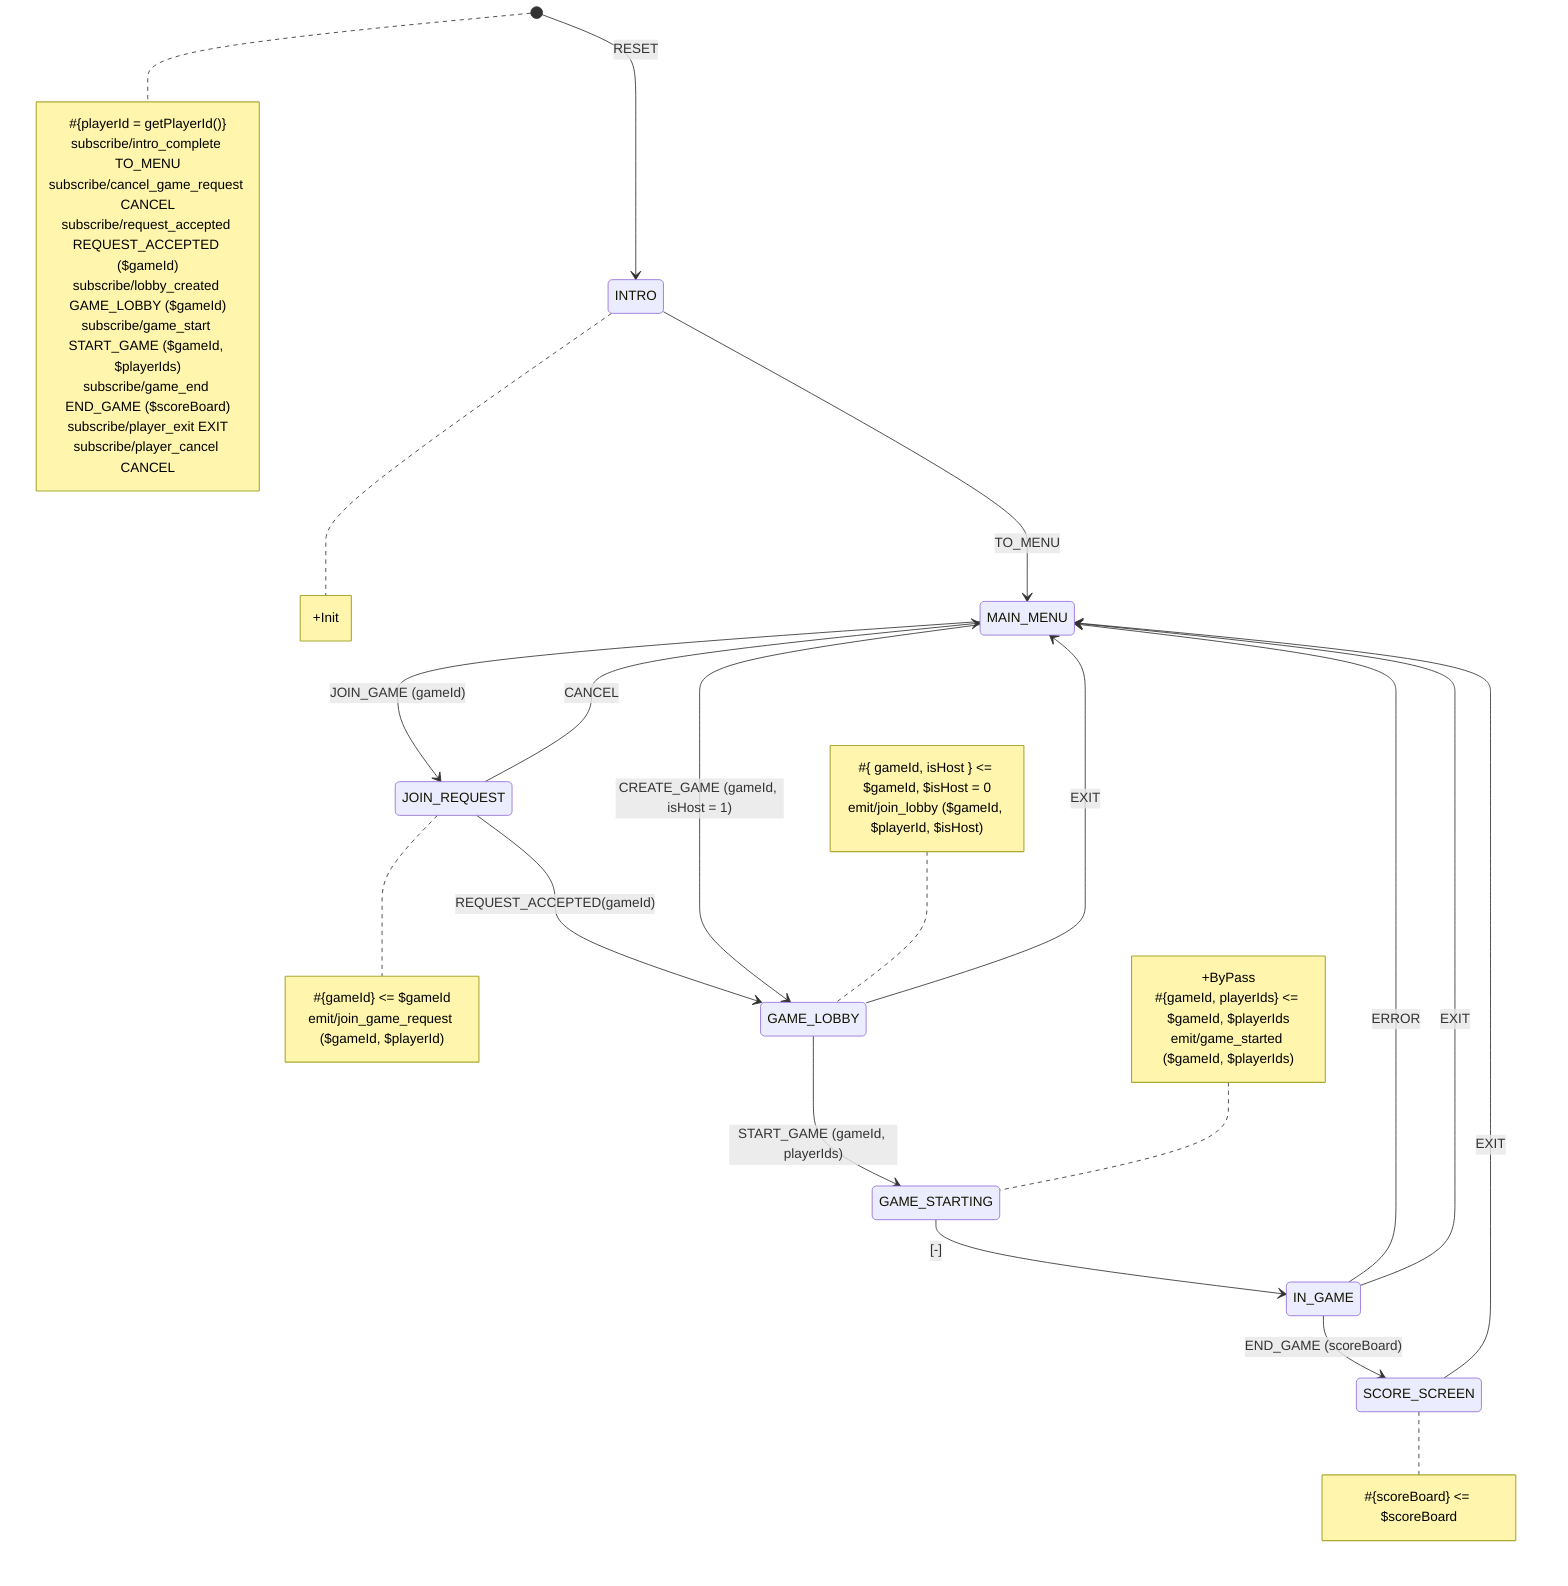
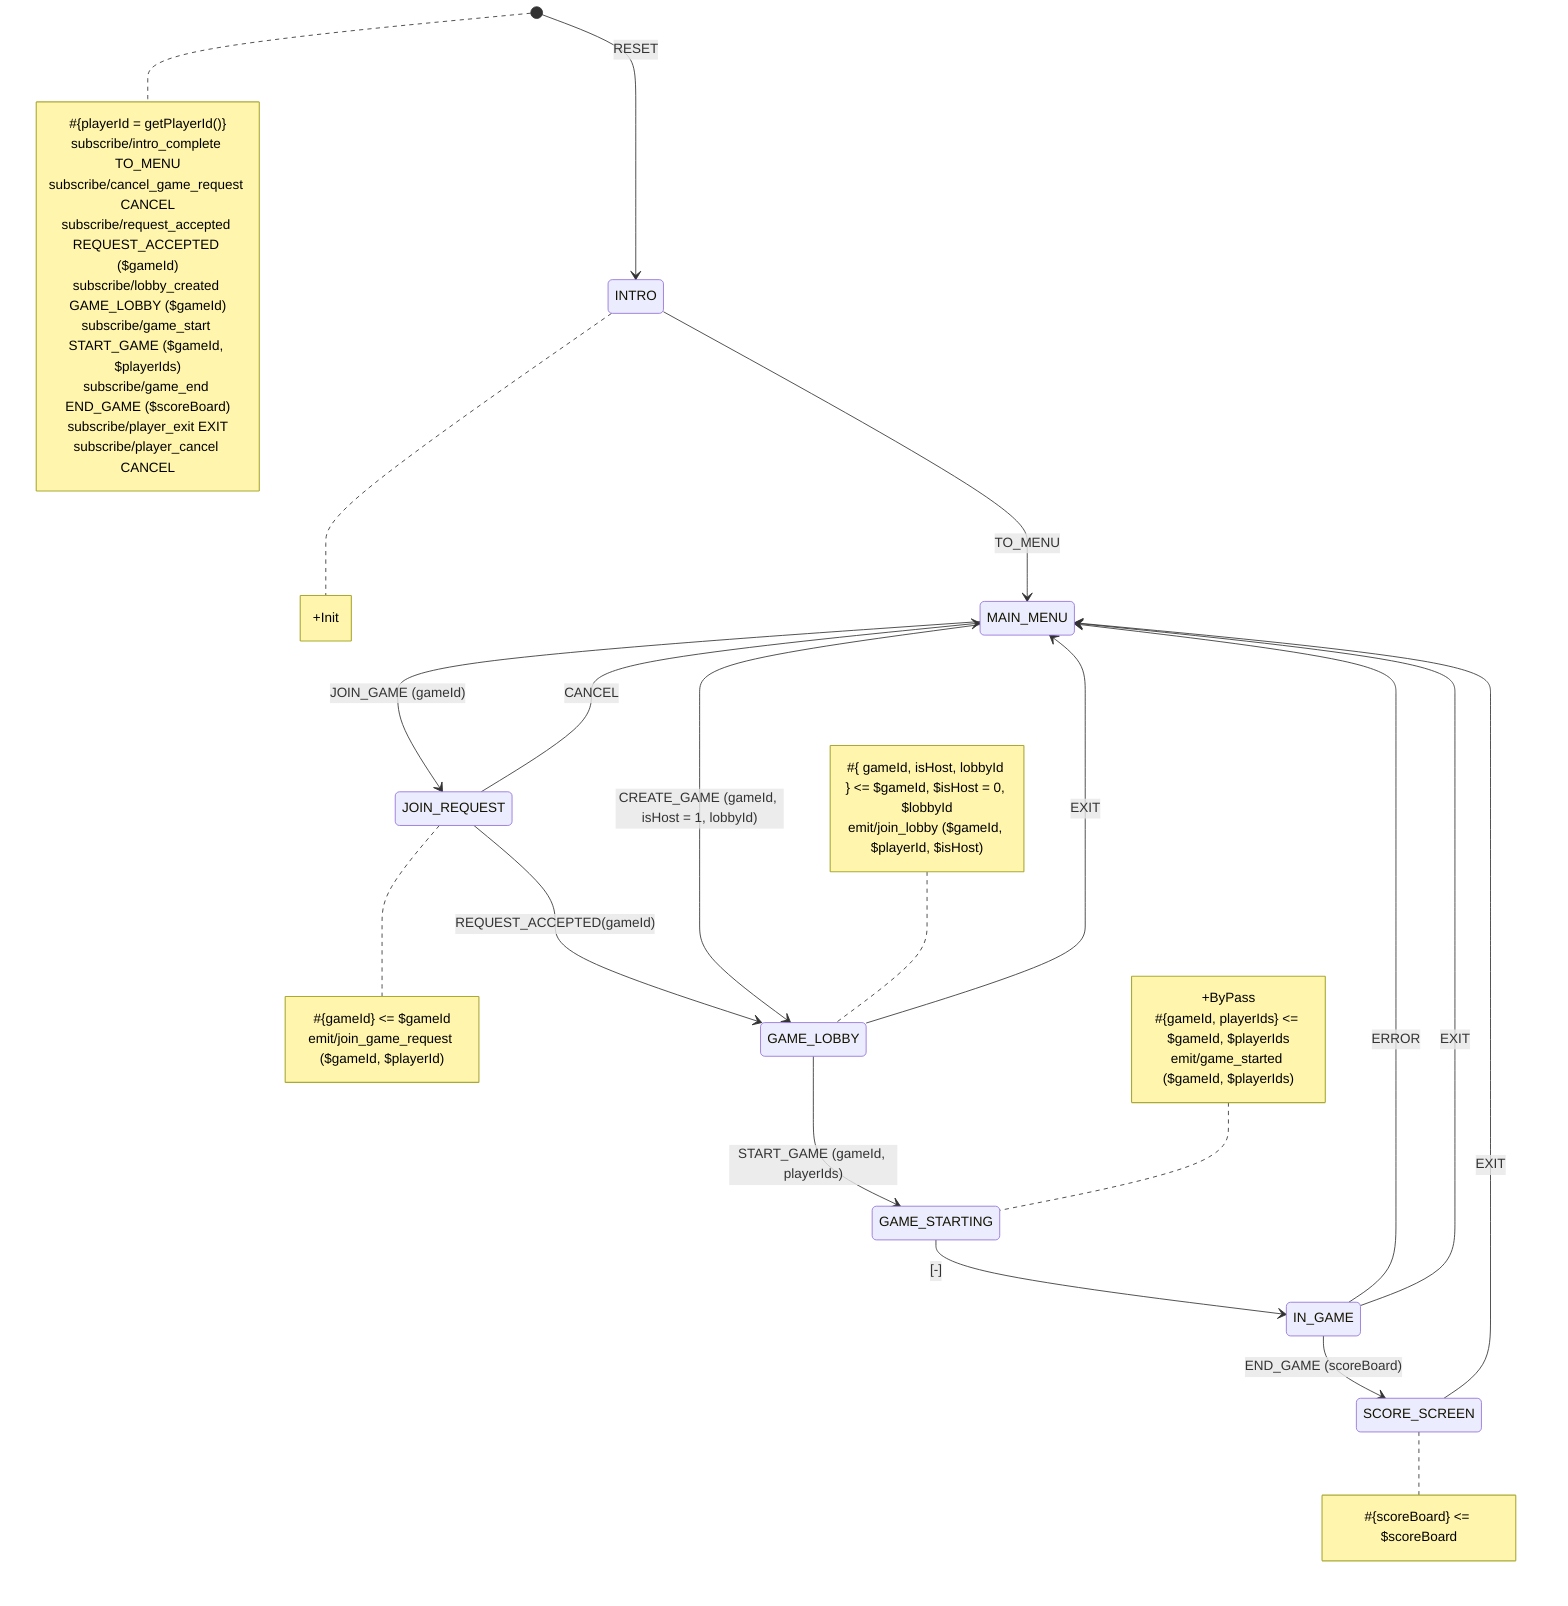
stateDiagram-v2
    [*] --> INTRO: RESET
    INTRO --> MAIN_MENU: TO_MENU
    GAME_LOBBY --> MAIN_MENU: EXIT
    MAIN_MENU --> JOIN_REQUEST: JOIN_GAME (gameId)
    JOIN_REQUEST --> MAIN_MENU: CANCEL
    JOIN_REQUEST --> GAME_LOBBY: REQUEST_ACCEPTED(gameId)
-     MAIN_MENU --> GAME_LOBBY: CREATE_GAME (gameId, isHost = 1)
+     MAIN_MENU --> GAME_LOBBY: CREATE_GAME (gameId, isHost = 1, lobbyId)
    GAME_LOBBY --> GAME_STARTING: START_GAME (gameId, playerIds)
    GAME_STARTING --> IN_GAME: [-]
    IN_GAME --> SCORE_SCREEN: END_GAME (scoreBoard)
    IN_GAME --> MAIN_MENU: ERROR
    IN_GAME --> MAIN_MENU: EXIT
    SCORE_SCREEN --> MAIN_MENU: EXIT

note right of [*]
#{playerId = getPlayerId()}
subscribe/intro_complete TO_MENU
subscribe/cancel_game_request CANCEL
subscribe/request_accepted REQUEST_ACCEPTED ($gameId)
subscribe/lobby_created GAME_LOBBY ($gameId)
subscribe/game_start START_GAME ($gameId, $playerIds)
subscribe/game_end END_GAME ($scoreBoard)
subscribe/player_exit EXIT
subscribe/player_cancel CANCEL
end note

note right of INTRO
+Init
end note

note left of GAME_LOBBY
- #{ gameId, isHost } <= $gameId, $isHost = 0
+ #{ gameId, isHost, lobbyId } <= $gameId, $isHost = 0, $lobbyId
emit/join_lobby ($gameId, $playerId, $isHost)
end note

note right of JOIN_REQUEST
#{gameId} <= $gameId
emit/join_game_request ($gameId, $playerId)
end note
+ 
note left of GAME_STARTING
+ByPass
#{gameId, playerIds} <= $gameId, $playerIds
emit/game_started ($gameId, $playerIds)
end note
note right of SCORE_SCREEN
#{scoreBoard} <= $scoreBoard
end note
